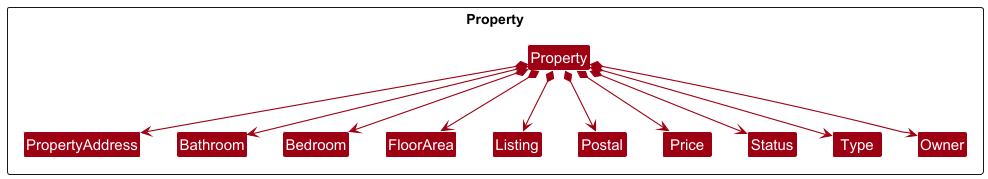
Earlier version of the PlantUML export docs/images/PropertyClassDiagram.png (inzk0518/tp).
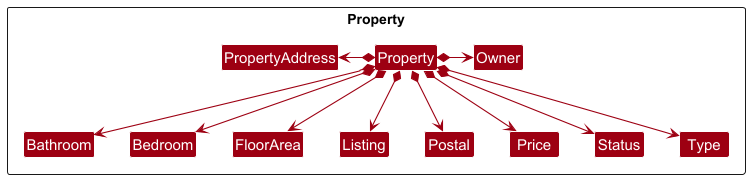
After the change.

Change to the diagram source:
```diff
@@ -20,7 +20,7 @@
 Class I #FFFFFF
 }
 
-Property *--> PropertyAddress
+Property *-left-> PropertyAddress
 Property *--> Bathroom
 Property *--> Bedroom
 Property *--> FloorArea
@@ -29,6 +29,6 @@
 Property *--> Price
 Property *--> Status
 Property *--> Type
-Property *--> Owner
+Property *-right-> Owner
 
 @enduml
```
